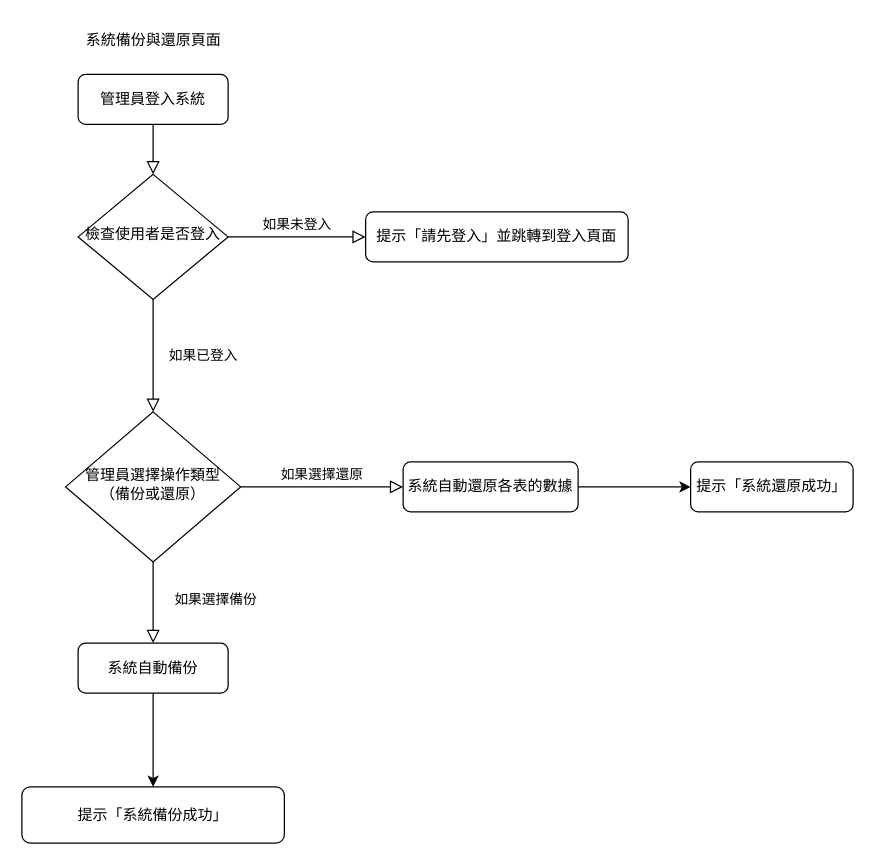
Before: 系統流程圖(系統備份與還原頁面).drawio in hak99101314/Maintenance-inquiry-system, a draw.io diagram. Source tidied: cells renumbered, new cells numbered last; positions are measured from the earlier drawing's top-left corner, leaving out a move shared by most shapes. Both pictures are drawn from the tidied source at 125%, with x=0, y=0 at pixel (21, 21).
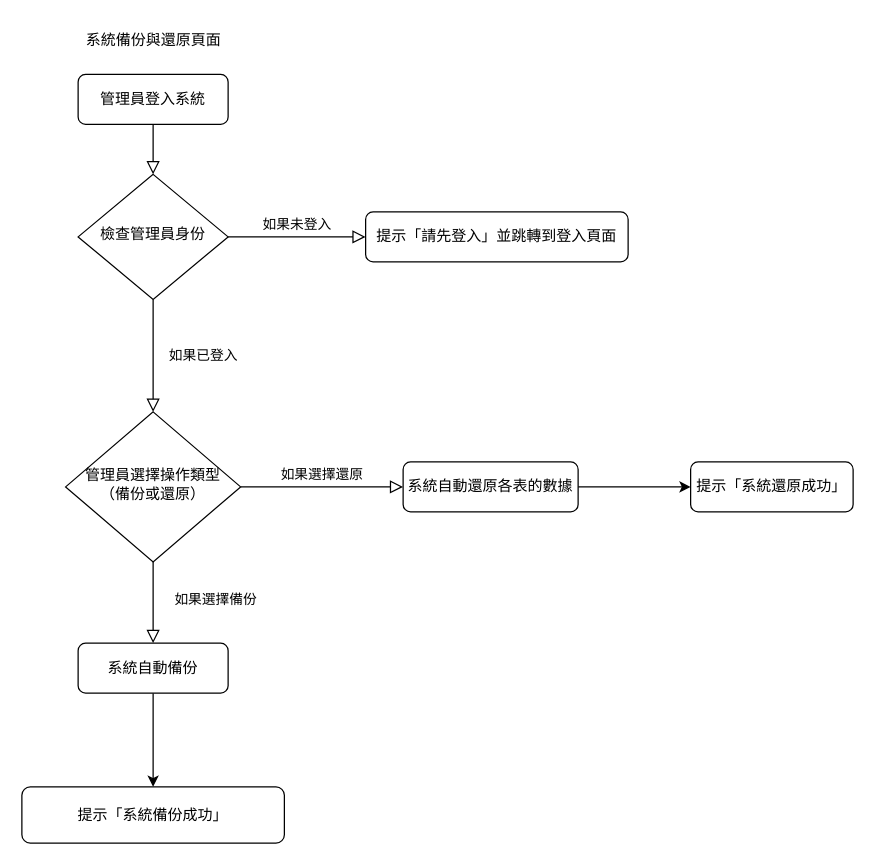
Above is the later version.

Commit message (it also covers changes not shown here):
更新系統流程圖(系統備份與還原頁面).drawio

The edit, as a diff of the source:
```diff
@@
 <mxGraphModel>
   <root>
     <mxCell id="0" />
     <mxCell id="1" parent="0" />
     <mxCell id="2" value="&lt;div&gt;如果選擇備份&lt;/div&gt;" style="rounded=0;html=1;jettySize=auto;fontSize=11;endArrow=block;endFill=0;endSize=8;strokeWidth=1;shadow=0;labelBackgroundColor=none;edgeStyle=orthogonalEdgeStyle;" parent="1" edge="1" source="4" target="6">
       <mxGeometry x="-0.08" y="50" relative="1" as="geometry" />
     </mxCell>
     <mxCell id="3" value="&lt;div&gt;如果選擇還原&lt;/div&gt;" style="edgeStyle=orthogonalEdgeStyle;rounded=0;html=1;jettySize=auto;fontSize=11;endArrow=block;endFill=0;endSize=8;strokeWidth=1;shadow=0;labelBackgroundColor=none;" parent="1" edge="1" source="4" target="8">
       <mxGeometry y="10" relative="1" as="geometry" />
     </mxCell>
     <mxCell id="4" value="&lt;div&gt;管理員選擇操作類型&lt;/div&gt;&lt;div&gt;（備份或還原）&lt;/div&gt;" style="rhombus;whiteSpace=wrap;html=1;shadow=0;fontFamily=Helvetica;fontSize=12;align=center;strokeWidth=1;spacing=6;spacingTop=-4;" parent="1" vertex="1">
       <mxGeometry x="35" y="312" width="140" height="120" as="geometry" />
     </mxCell>
     <mxCell id="5" style="edgeStyle=orthogonalEdgeStyle;rounded=0;jettySize=auto;html=1;" parent="1" edge="1" source="6" target="16">
       <mxGeometry relative="1" as="geometry" />
     </mxCell>
     <mxCell id="6" value="&lt;div&gt;系統自動備份&lt;/div&gt;" style="rounded=1;whiteSpace=wrap;html=1;fontSize=12;glass=0;strokeWidth=1;shadow=0;" parent="1" vertex="1">
       <mxGeometry x="45" y="497" width="120" height="40" as="geometry" />
     </mxCell>
     <mxCell id="7" style="edgeStyle=orthogonalEdgeStyle;rounded=0;jettySize=auto;html=1;" parent="1" edge="1" source="8" target="17">
       <mxGeometry relative="1" as="geometry" />
     </mxCell>
     <mxCell id="8" value="&lt;div&gt;系統自動還原各表的數據&lt;/div&gt;" style="rounded=1;whiteSpace=wrap;html=1;fontSize=12;glass=0;strokeWidth=1;shadow=0;" parent="1" vertex="1">
       <mxGeometry x="305" y="352" width="140" height="40" as="geometry" />
     </mxCell>
     <mxCell id="9" value="&lt;div&gt;系統備份與還原頁面&lt;/div&gt;" style="text;html=1;align=center;verticalAlign=middle;strokeColor=none;fillColor=none;" parent="1" vertex="1">
       <mxGeometry x="40" width="130" height="30" as="geometry" />
     </mxCell>
     <mxCell id="10" style="rounded=0;html=1;jettySize=auto;fontSize=11;endArrow=block;endFill=0;endSize=8;strokeWidth=1;shadow=0;labelBackgroundColor=none;edgeStyle=orthogonalEdgeStyle;" parent="1" edge="1" source="11" target="14">
       <mxGeometry relative="1" as="geometry" />
     </mxCell>
     <mxCell id="11" value="&lt;div&gt;管理員登入系統&lt;/div&gt;" style="rounded=1;whiteSpace=wrap;html=1;fontSize=12;glass=0;strokeWidth=1;shadow=0;" parent="1" vertex="1">
       <mxGeometry x="45" y="42" width="120" height="40" as="geometry" />
     </mxCell>
     <mxCell id="12" value="&lt;div&gt;如果已登入&lt;/div&gt;" style="rounded=0;html=1;jettySize=auto;fontSize=11;endArrow=block;endFill=0;endSize=8;strokeWidth=1;shadow=0;labelBackgroundColor=none;edgeStyle=orthogonalEdgeStyle;exitX=0.5;exitY=1;exitDx=0;exitDy=0;entryX=0.5;entryY=0;entryDx=0;entryDy=0;" parent="1" edge="1" source="14" target="4">
       <mxGeometry y="40" relative="1" as="geometry" />
     </mxCell>
     <mxCell id="13" value="&lt;div&gt;如果未登入&lt;/div&gt;" style="edgeStyle=orthogonalEdgeStyle;rounded=0;html=1;jettySize=auto;fontSize=11;endArrow=block;endFill=0;endSize=8;strokeWidth=1;shadow=0;labelBackgroundColor=none;" parent="1" edge="1" source="14" target="15">
       <mxGeometry y="10" relative="1" as="geometry" />
     </mxCell>
-    <mxCell id="14" value="&lt;div&gt;檢查使用者是否登入&lt;/div&gt;" style="rhombus;whiteSpace=wrap;html=1;shadow=0;fontFamily=Helvetica;fontSize=12;align=center;strokeWidth=1;spacing=6;spacingTop=-4;" parent="1" vertex="1">
+    <mxCell id="14" value="&lt;div&gt;檢查管理員身份&lt;/div&gt;" style="rhombus;whiteSpace=wrap;html=1;shadow=0;fontFamily=Helvetica;fontSize=12;align=center;strokeWidth=1;spacing=6;spacingTop=-4;" parent="1" vertex="1">
       <mxGeometry x="45" y="122" width="120" height="100" as="geometry" />
     </mxCell>
     <mxCell id="15" value="&lt;div&gt;提示「請先登入」並跳轉到登入頁面&lt;/div&gt;" style="rounded=1;whiteSpace=wrap;html=1;fontSize=12;glass=0;strokeWidth=1;shadow=0;" parent="1" vertex="1">
       <mxGeometry x="275" y="152" width="210" height="40" as="geometry" />
     </mxCell>
     <mxCell id="16" value="&lt;div&gt;提示「系統備份成功」&lt;/div&gt;" style="rounded=1;whiteSpace=wrap;html=1;glass=0;strokeWidth=1;shadow=0;" parent="1" vertex="1">
       <mxGeometry y="612" width="210" height="45" as="geometry" />
     </mxCell>
     <mxCell id="17" value="&lt;div&gt;提示「系統還原成功」&lt;/div&gt;" style="rounded=1;whiteSpace=wrap;html=1;glass=0;strokeWidth=1;shadow=0;" parent="1" vertex="1">
       <mxGeometry x="535" y="352" width="130" height="40" as="geometry" />
     </mxCell>
   </root>
 </mxGraphModel>
```
